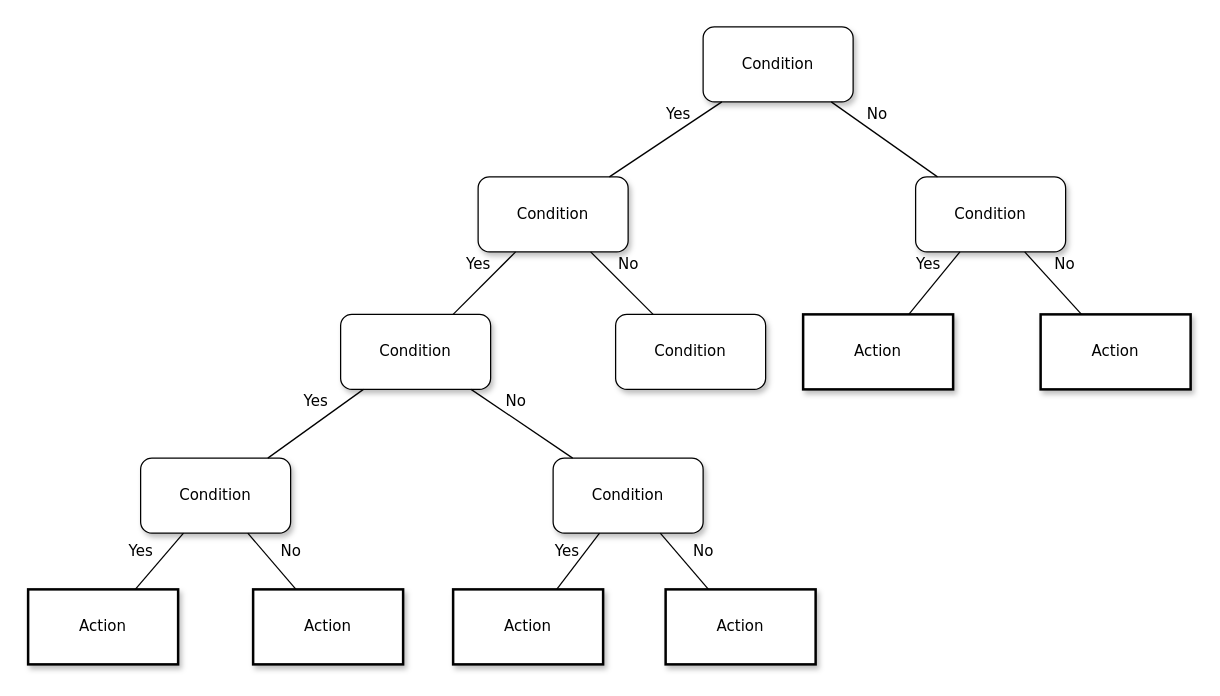
The draw.io diagram Family Tree.drawio in neuromonger/helloWorld, before the edit. Source tidied: cells renumbered, new cells numbered last; positions are measured from the earlier drawing's top-left corner, leaving out a move shared by most shapes. Both pictures are drawn from the tidied source at 125%, with x=0, y=0 at pixel (28, 26).
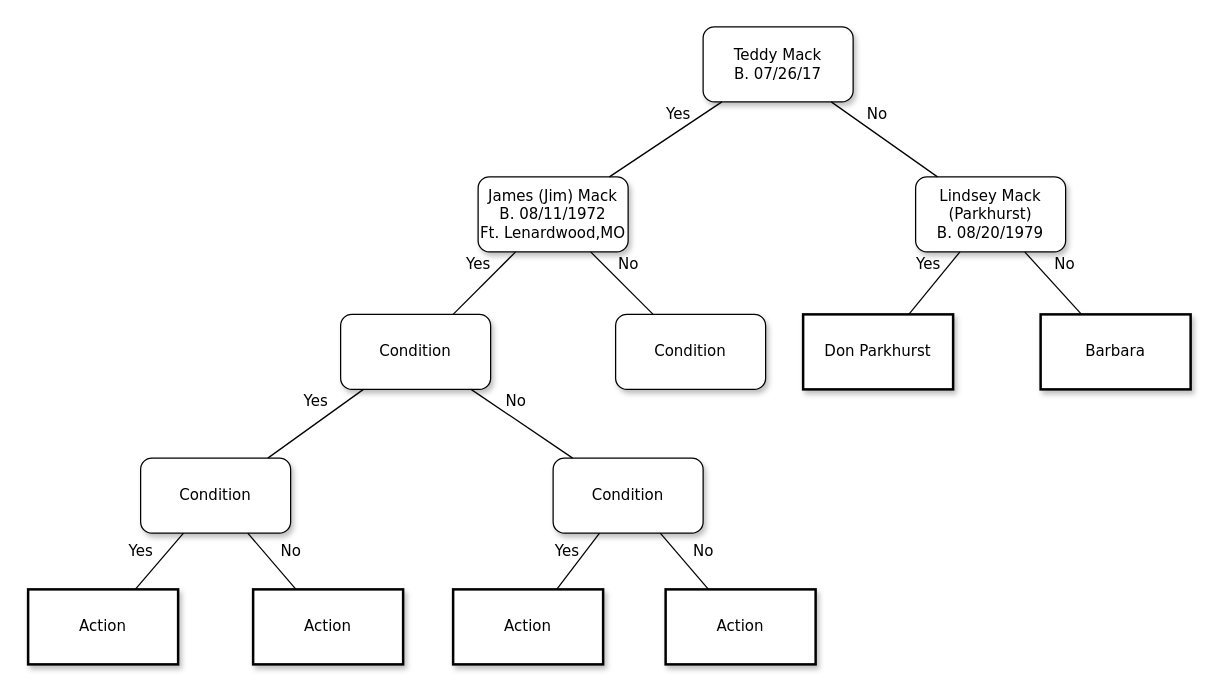
After the change.

The edit, as a diff of the source:
```diff
@@
-    <mxCell id="2" value="Condition" style="whiteSpace=wrap;html=1;rounded=1;shadow=1;labelBackgroundColor=none;strokeWidth=1;fontFamily=Verdana;fontSize=12;align=center;" parent="1" vertex="1">
+    <mxCell id="2" value="Teddy Mack&lt;div&gt;B. 07/26/17&lt;/div&gt;" style="whiteSpace=wrap;html=1;rounded=1;shadow=1;labelBackgroundColor=none;strokeWidth=1;fontFamily=Verdana;fontSize=12;align=center;" parent="1" vertex="1">
       <mxGeometry x="540" width="120" height="60" as="geometry" />
     </mxCell>
-    <mxCell id="3" value="&lt;span&gt;Condition&lt;/span&gt;" style="whiteSpace=wrap;html=1;rounded=1;shadow=1;labelBackgroundColor=none;strokeWidth=1;fontFamily=Verdana;fontSize=12;align=center;" parent="1" vertex="1">
+    <mxCell id="3" value="&lt;span&gt;James (Jim) Mack&lt;/span&gt;&lt;div&gt;&lt;span&gt;B. 08/11/1972&lt;/span&gt;&lt;/div&gt;&lt;div&gt;&lt;span&gt;Ft. Lenardwood,MO&lt;/span&gt;&lt;/div&gt;" style="whiteSpace=wrap;html=1;rounded=1;shadow=1;labelBackgroundColor=none;strokeWidth=1;fontFamily=Verdana;fontSize=12;align=center;" parent="1" vertex="1">
       <mxGeometry x="360" y="120" width="120" height="60" as="geometry" />
     </mxCell>
-    <mxCell id="4" value="&lt;span&gt;Condition&lt;/span&gt;" style="whiteSpace=wrap;html=1;rounded=1;shadow=1;labelBackgroundColor=none;strokeWidth=1;fontFamily=Verdana;fontSize=12;align=center;" parent="1" vertex="1">
+    <mxCell id="4" value="&lt;span&gt;Lindsey Mack (Parkhurst)&lt;/span&gt;&lt;div&gt;&lt;span&gt;B. 08/20/1979&lt;/span&gt;&lt;/div&gt;" style="whiteSpace=wrap;html=1;rounded=1;shadow=1;labelBackgroundColor=none;strokeWidth=1;fontFamily=Verdana;fontSize=12;align=center;" parent="1" vertex="1">
       <mxGeometry x="710" y="120" width="120" height="60" as="geometry" />
     </mxCell>
@@
-    <mxCell id="9" value="&lt;span&gt;Action&lt;/span&gt;" style="whiteSpace=wrap;html=1;rounded=0;shadow=1;labelBackgroundColor=none;strokeWidth=2;fontFamily=Verdana;fontSize=12;align=center;" parent="1" vertex="1">
+    <mxCell id="9" value="&lt;span&gt;Don Parkhurst&lt;/span&gt;" style="whiteSpace=wrap;html=1;rounded=0;shadow=1;labelBackgroundColor=none;strokeWidth=2;fontFamily=Verdana;fontSize=12;align=center;" parent="1" vertex="1">
       <mxGeometry x="620" y="230" width="120" height="60" as="geometry" />
     </mxCell>
-    <mxCell id="10" value="&lt;span&gt;Action&lt;/span&gt;" style="whiteSpace=wrap;html=1;rounded=0;shadow=1;labelBackgroundColor=none;strokeWidth=2;fontFamily=Verdana;fontSize=12;align=center;" parent="1" vertex="1">
+    <mxCell id="10" value="&lt;span&gt;Barbara&lt;/span&gt;" style="whiteSpace=wrap;html=1;rounded=0;shadow=1;labelBackgroundColor=none;strokeWidth=2;fontFamily=Verdana;fontSize=12;align=center;" parent="1" vertex="1">
       <mxGeometry x="810" y="230" width="120" height="60" as="geometry" />
     </mxCell>
```
